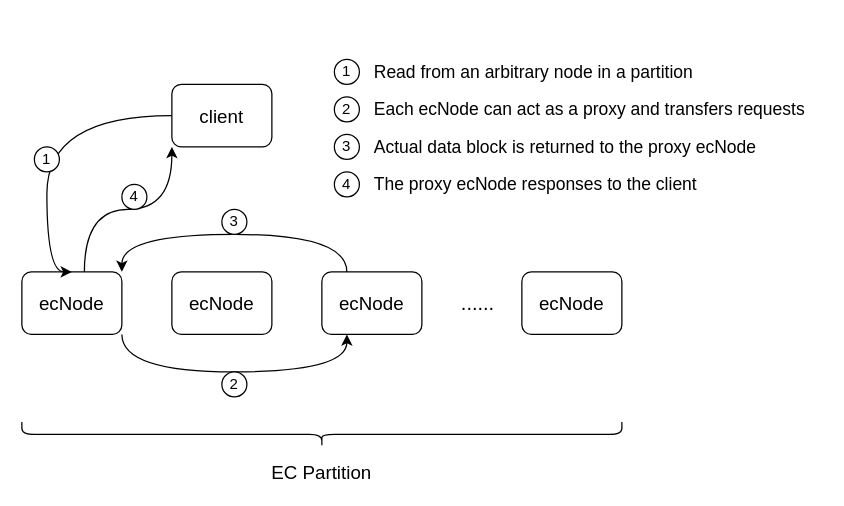
The draw.io diagram chubaofs/src/chubaofs_ec_read_flow.drawio in shuoranliu/drawio, before the edit. Source tidied: cells renumbered, new cells numbered last; positions are measured from the earlier drawing's top-left corner, leaving out a move shared by most shapes. Both pictures are drawn from the tidied source at 125%, with x=0, y=0 at pixel (21, 59).
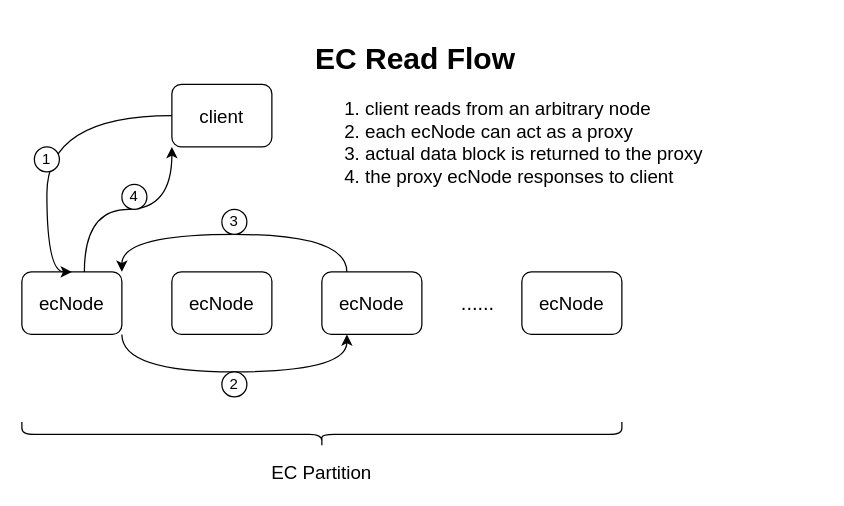
After the change.

The edit, as a diff of the source:
```diff
@@
-    <mxCell id="18" value="1" style="ellipse;whiteSpace=wrap;html=1;" parent="1" vertex="1">
-      <mxGeometry x="250" width="20" height="20" as="geometry" />
-    </mxCell>
-    <mxCell id="19" value="&lt;font style=&quot;font-size: 14px&quot;&gt;Read from an arbitrary node in a partition&lt;/font&gt;" style="text;html=1;strokeColor=none;fillColor=none;align=left;verticalAlign=middle;whiteSpace=wrap;rounded=0;" parent="1" vertex="1">
-      <mxGeometry x="280" width="280" height="20" as="geometry" />
-    </mxCell>
-    <mxCell id="20" value="2" style="ellipse;whiteSpace=wrap;html=1;" parent="1" vertex="1">
-      <mxGeometry x="250" y="30" width="20" height="20" as="geometry" />
-    </mxCell>
-    <mxCell id="21" value="&lt;font style=&quot;font-size: 14px&quot;&gt;Each ecNode can act as a proxy and transfers requests&lt;/font&gt;" style="text;html=1;strokeColor=none;fillColor=none;align=left;verticalAlign=middle;whiteSpace=wrap;rounded=0;" parent="1" vertex="1">
-      <mxGeometry x="280" y="25" width="360" height="30" as="geometry" />
-    </mxCell>
-    <mxCell id="22" value="3" style="ellipse;whiteSpace=wrap;html=1;" parent="1" vertex="1">
-      <mxGeometry x="250" y="60" width="20" height="20" as="geometry" />
-    </mxCell>
-    <mxCell id="23" value="&lt;font style=&quot;font-size: 14px&quot;&gt;Actual data block is returned to the proxy ecNode&lt;/font&gt;" style="text;html=1;strokeColor=none;fillColor=none;align=left;verticalAlign=middle;whiteSpace=wrap;rounded=0;" parent="1" vertex="1">
-      <mxGeometry x="280" y="55" width="340" height="30" as="geometry" />
-    </mxCell>
-    <mxCell id="24" value="4" style="ellipse;whiteSpace=wrap;html=1;" parent="1" vertex="1">
-      <mxGeometry x="250" y="90" width="20" height="20" as="geometry" />
-    </mxCell>
-    <mxCell id="25" value="&lt;font style=&quot;font-size: 14px&quot;&gt;The proxy ecNode responses to the client&lt;/font&gt;" style="text;html=1;strokeColor=none;fillColor=none;align=left;verticalAlign=middle;whiteSpace=wrap;rounded=0;" parent="1" vertex="1">
-      <mxGeometry x="280" y="85" width="340" height="30" as="geometry" />
-    </mxCell>
+    <mxCell id="26" value="&lt;h1&gt;EC Read Flow&lt;/h1&gt;&lt;div style=&quot;font-size: 15px&quot;&gt;&lt;ol&gt;&lt;li&gt;client reads from an arbitrary node&lt;/li&gt;&lt;li&gt;each ecNode can act as a proxy&lt;/li&gt;&lt;li&gt;actual data block is returned to the proxy&lt;/li&gt;&lt;li&gt;the proxy ecNode responses to client&lt;/li&gt;&lt;/ol&gt;&lt;/div&gt;" style="text;html=1;strokeColor=none;fillColor=none;spacing=5;spacingTop=-20;whiteSpace=wrap;overflow=hidden;rounded=0;" parent="1" vertex="1">
+      <mxGeometry x="230" y="-20" width="330" height="140" as="geometry" />
+    </mxCell>
```
